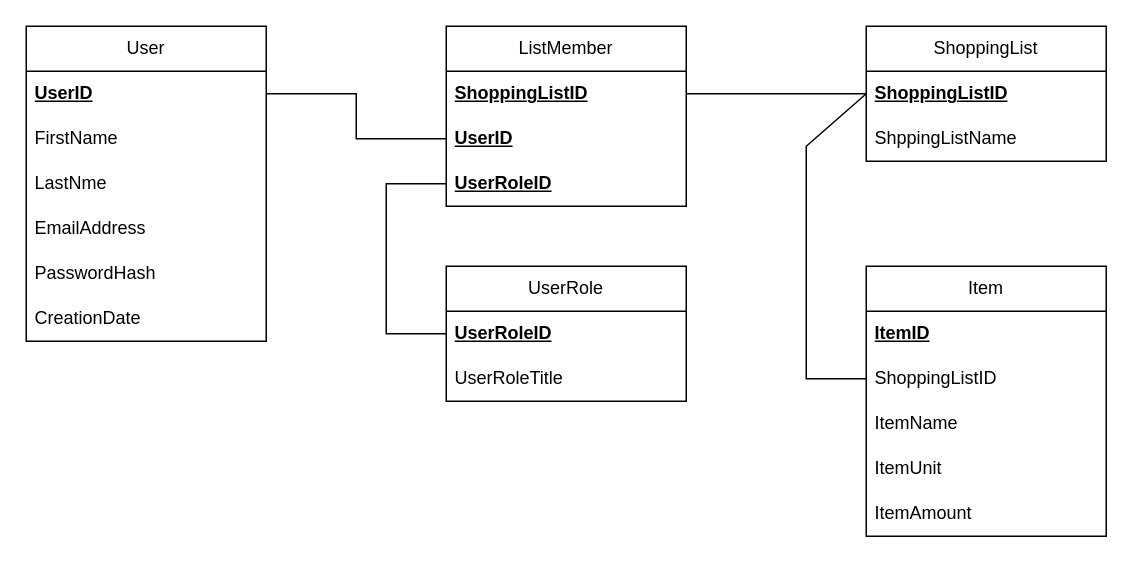
Above: Docs/Shopping_List_Database_Draft_Schema.drawio in BS-Portfolio/DotShoppingList (draw.io), before the change. Source tidied: cells renumbered, new cells numbered last; positions are measured from the earlier drawing's top-left corner, leaving out a move shared by most shapes. Both pictures are drawn from the tidied source at 150%, with x=0, y=0 at pixel (26, 26).
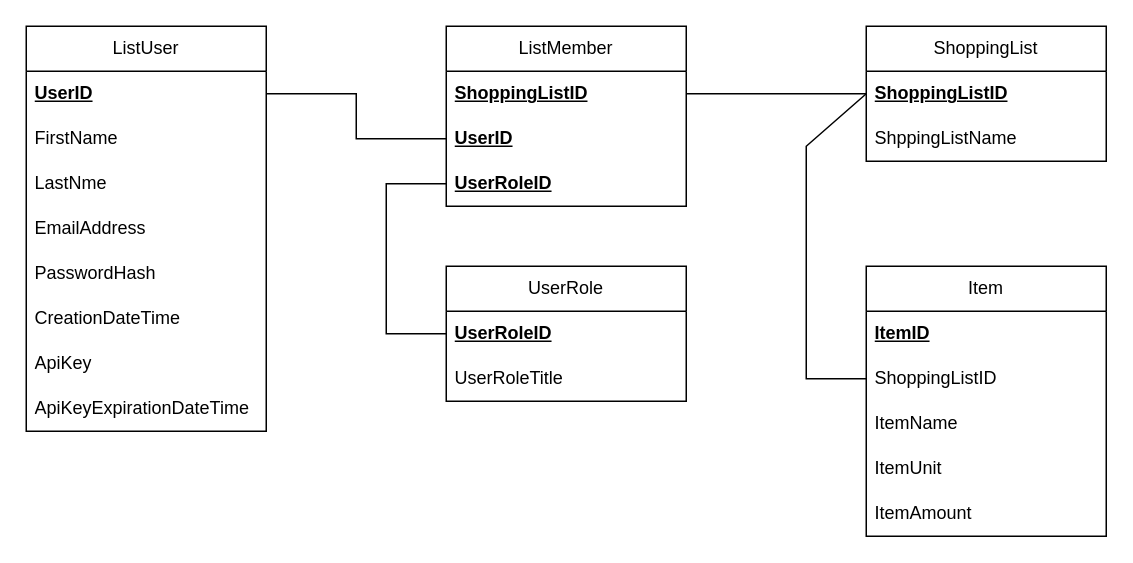
The same diagram, later.

Commit message (it also covers changes not shown here):
class diagram partially created

Diff of the diagram source:
```diff
@@
-    <mxCell id="2" value="User" style="swimlane;fontStyle=0;horizontal=1;startSize=30;whiteSpace=wrap;html=1;" parent="1" vertex="1">
-      <mxGeometry width="160" height="210" as="geometry" />
+    <mxCell id="2" value="ListUser" style="swimlane;fontStyle=0;horizontal=1;startSize=30;whiteSpace=wrap;html=1;" parent="1" vertex="1">
+      <mxGeometry width="160" height="270" as="geometry" />
     </mxCell>
@@
-    <mxCell id="8" value="CreationDate" style="text;strokeColor=none;fillColor=none;align=left;verticalAlign=middle;spacingLeft=4;spacingRight=4;overflow=hidden;whiteSpace=wrap;html=1;" parent="2" vertex="1">
+    <mxCell id="8" value="CreationDateTime" style="text;strokeColor=none;fillColor=none;align=left;verticalAlign=middle;spacingLeft=4;spacingRight=4;overflow=hidden;whiteSpace=wrap;html=1;" parent="2" vertex="1">
       <mxGeometry y="180" width="160" height="30" as="geometry" />
     </mxCell>
+    <mxCell id="29" value="ApiKey" style="text;strokeColor=none;fillColor=none;align=left;verticalAlign=middle;spacingLeft=4;spacingRight=4;overflow=hidden;whiteSpace=wrap;html=1;" parent="2" vertex="1">
+      <mxGeometry y="210" width="160" height="30" as="geometry" />
+    </mxCell>
+    <mxCell id="30" value="ApiKeyExpirationDateTime" style="text;strokeColor=none;fillColor=none;align=left;verticalAlign=middle;spacingLeft=4;spacingRight=4;overflow=hidden;whiteSpace=wrap;html=1;" parent="2" vertex="1">
+      <mxGeometry y="240" width="160" height="30" as="geometry" />
+    </mxCell>
```
